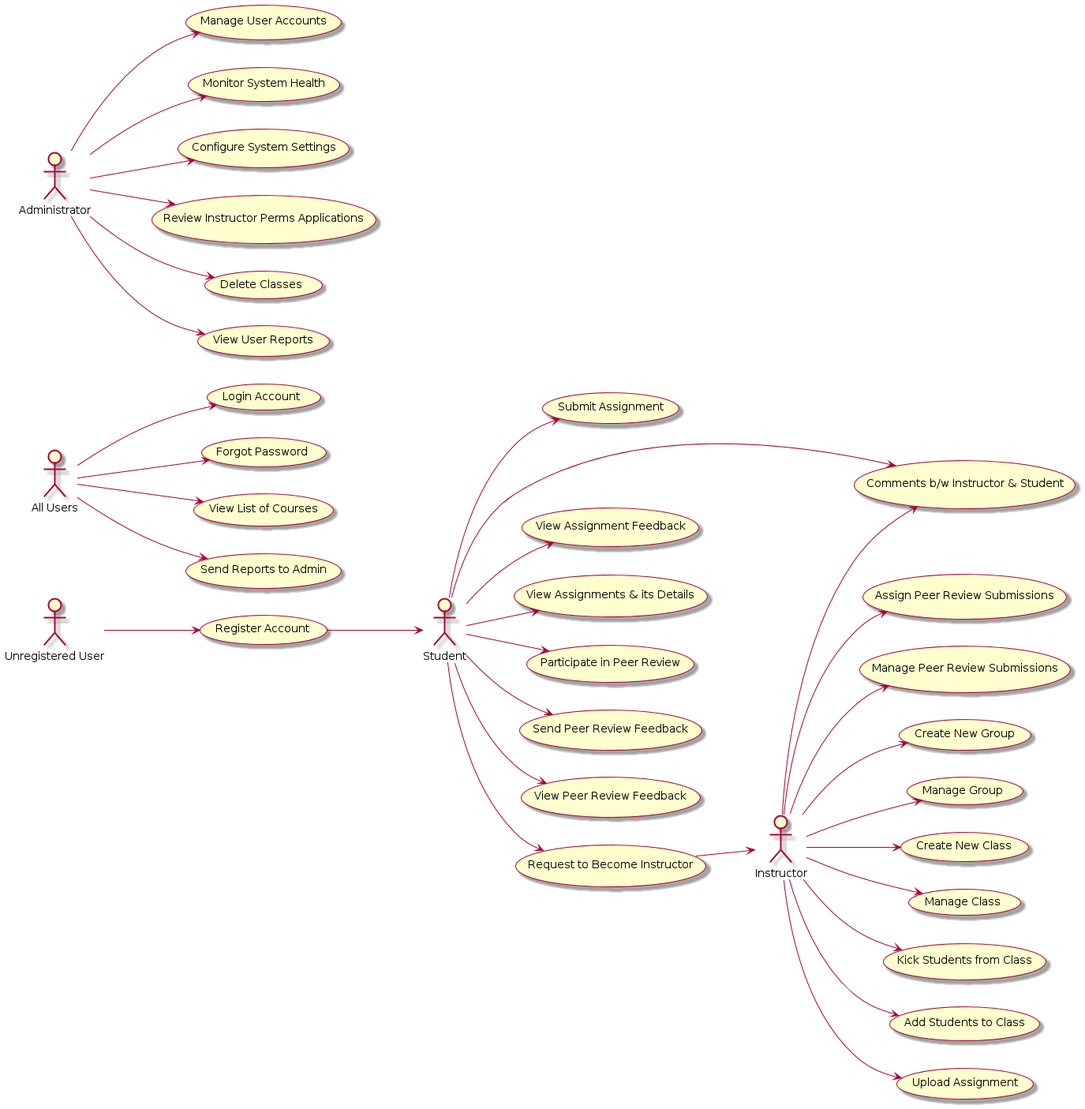
The PlantUML diagram docs/design/images/use-case-diagram.png in UBCO-COSC499-Summer-2024/team-10-capstone-peer-review-app, before a commit.
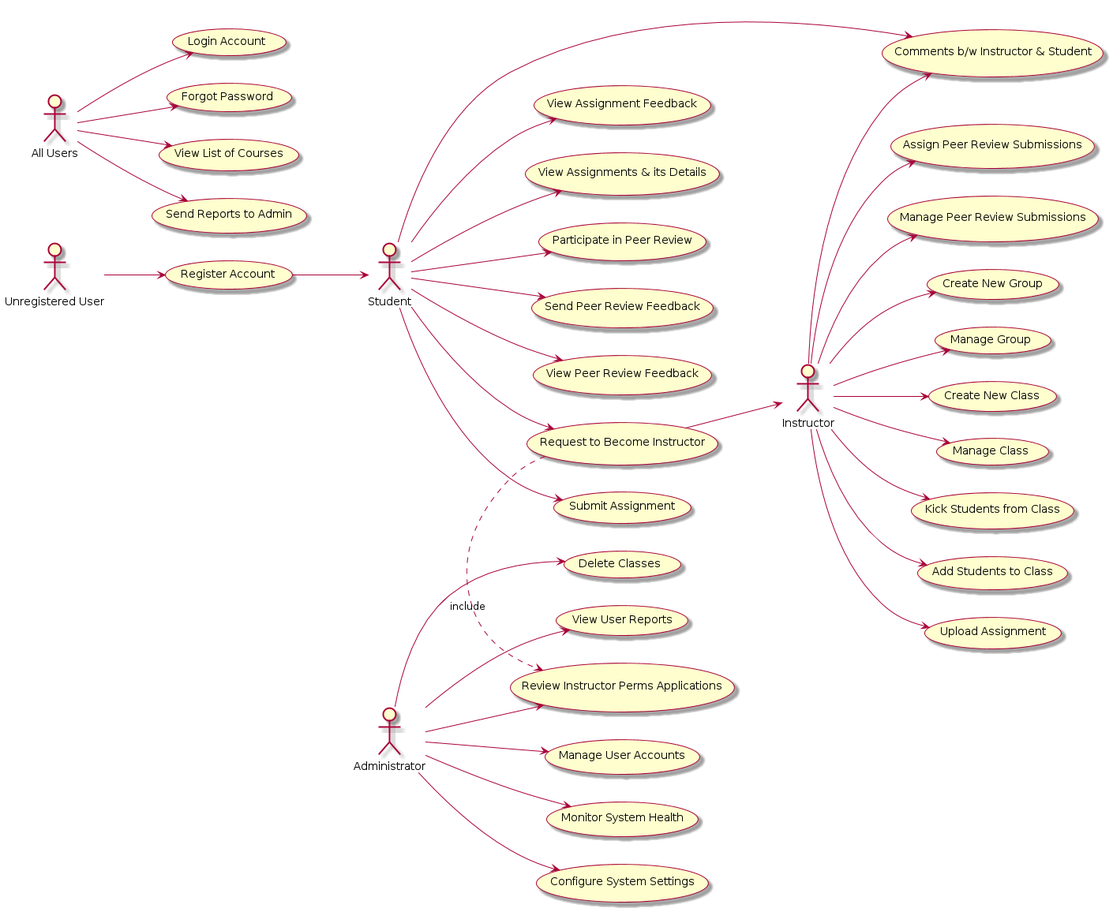
The same file after the commit.

Change to the diagram source:
```diff
@@ -45,4 +45,5 @@
 A --> (View User Reports)
 
 (Request to Become Instructor) --> I
+(Request to Become Instructor) .> (Review Instructor Perms Applications) : include
 @enduml
```
